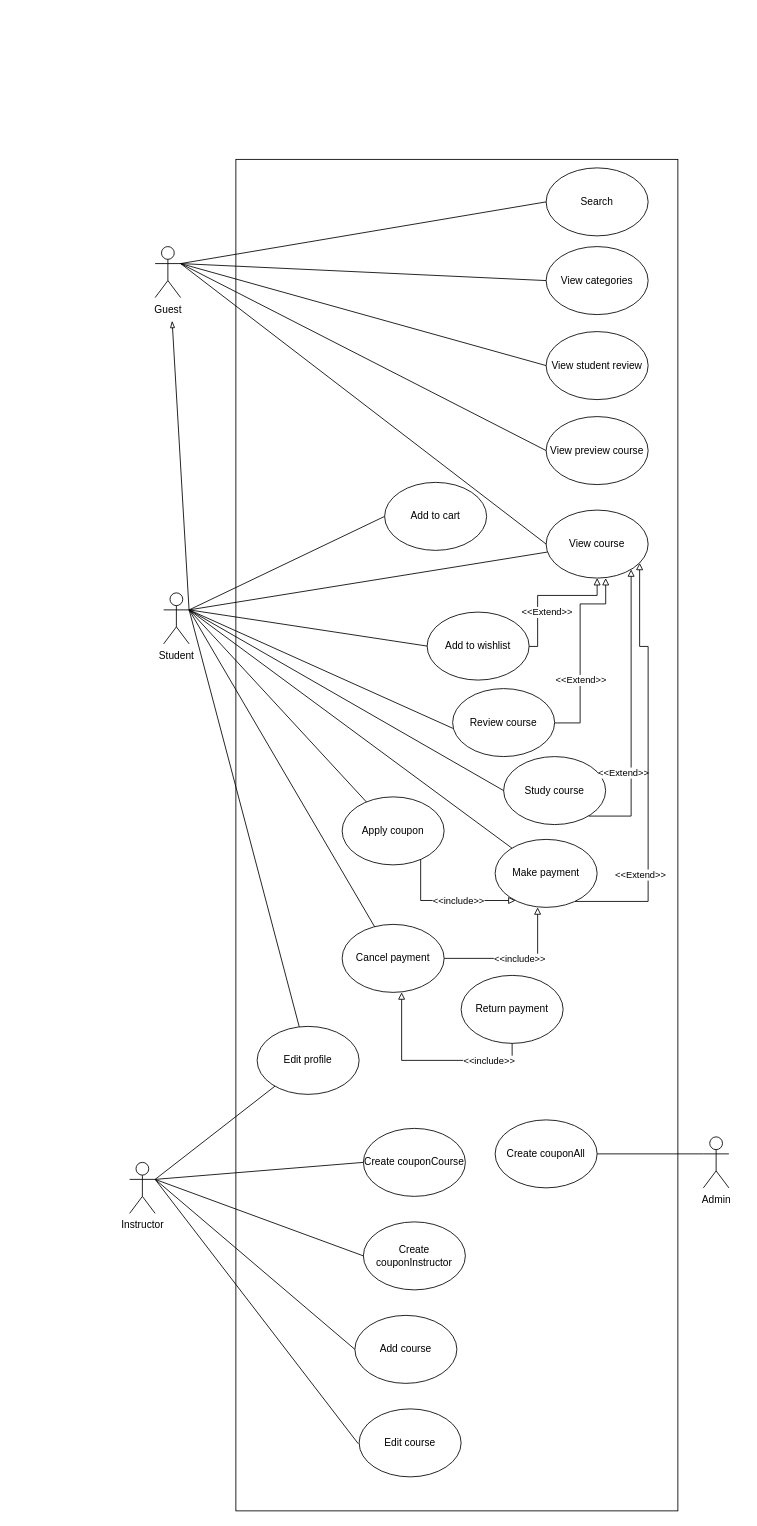
pratanporn13promax/OOP-Class-Sequence-UseCase-Diagram keeps this draw.io diagram as UseCaseDiagram.drawio. Above is the earlier version. Source tidied: cells renumbered, new cells numbered last; positions are measured from the earlier drawing's top-left corner, leaving out a move shared by most shapes. Both pictures are drawn from the tidied source at 85%, with x=0, y=0 at pixel (129, 159).
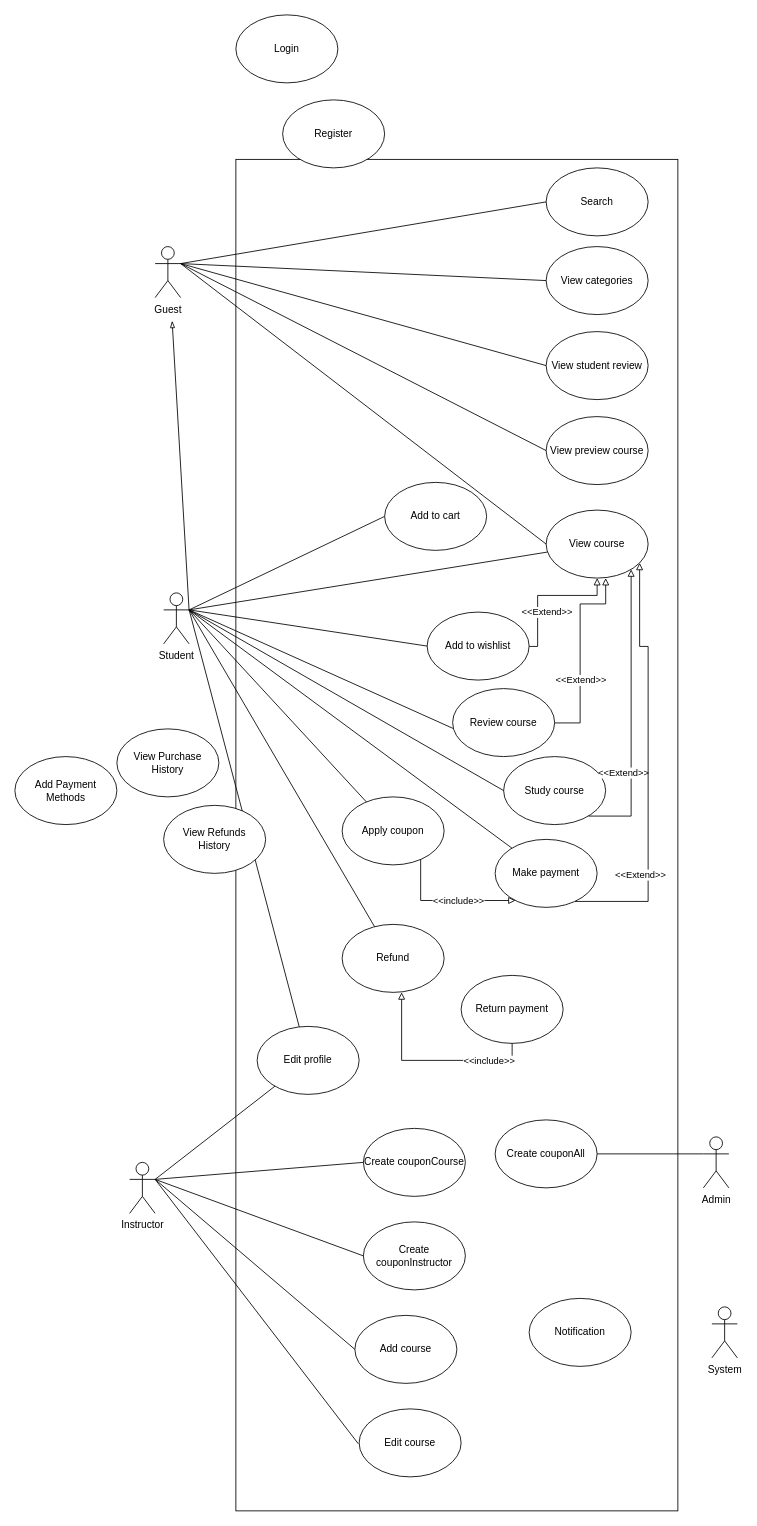
After the change.

The edit, as a diff of the source:
```diff
@@
+    <mxCell id="60" style="rounded=0;whiteSpace=wrap;html=1;fillColor=none;" parent="1" vertex="1">
+      <mxGeometry x="125" width="520" height="1590" as="geometry" />
+    </mxCell>
@@
-    <mxCell id="19" style="edgeStyle=orthogonalEdgeStyle;rounded=0;jettySize=auto;html=1;entryX=1;entryY=0.5;entryDx=0;entryDy=0;startArrow=block;startFill=0;endArrow=none;endFill=0;" parent="1" edge="1" target="23">
-      <mxGeometry relative="1" as="geometry">
-        <mxPoint x="480" y="880" as="sourcePoint" />
-        <Array as="points">
-          <mxPoint x="480" y="940" />
-        </Array>
-      </mxGeometry>
-    </mxCell>
-    <mxCell id="20" value="&amp;lt;&amp;lt;include&amp;gt;&amp;gt;" style="edgeLabel;html=1;align=center;verticalAlign=middle;" parent="19" vertex="1">
-      <mxGeometry x="0.32" relative="1" as="geometry">
-        <mxPoint x="30" as="offset" />
-      </mxGeometry>
-    </mxCell>
@@
-    <mxCell id="23" value="Cancel payment" style="ellipse;whiteSpace=wrap;html=1;" parent="1" vertex="1">
+    <mxCell id="23" value="Refund" style="ellipse;whiteSpace=wrap;html=1;" parent="1" vertex="1">
       <mxGeometry x="250" y="900" width="120" height="80" as="geometry" />
     </mxCell>
@@
-    <mxCell id="60" style="rounded=0;whiteSpace=wrap;html=1;fillColor=none;" parent="1" vertex="1">
-      <mxGeometry x="125" width="520" height="1590" as="geometry" />
-    </mxCell>
+    <mxCell id="61" value="Login" style="ellipse;whiteSpace=wrap;html=1;" parent="1" vertex="1">
+      <mxGeometry x="125" y="-170" width="120" height="80" as="geometry" />
+    </mxCell>
+    <mxCell id="62" value="Register" style="ellipse;whiteSpace=wrap;html=1;" parent="1" vertex="1">
+      <mxGeometry x="180" y="-70" width="120" height="80" as="geometry" />
+    </mxCell>
+    <mxCell id="63" value="System" style="shape=umlActor;verticalLabelPosition=bottom;verticalAlign=top;html=1;" parent="1" vertex="1">
+      <mxGeometry x="685" y="1350" width="30" height="60" as="geometry" />
+    </mxCell>
+    <mxCell id="64" value="Notification" style="ellipse;whiteSpace=wrap;html=1;" parent="1" vertex="1">
+      <mxGeometry x="470" y="1340" width="120" height="80" as="geometry" />
+    </mxCell>
+    <mxCell id="65" value="Add Payment Methods" style="ellipse;whiteSpace=wrap;html=1;" parent="1" vertex="1">
+      <mxGeometry x="-135" y="702.6" width="120" height="80" as="geometry" />
+    </mxCell>
+    <mxCell id="66" value="View Purchase History" style="ellipse;whiteSpace=wrap;html=1;" parent="1" vertex="1">
+      <mxGeometry x="-15" y="670" width="120" height="80" as="geometry" />
+    </mxCell>
+    <mxCell id="67" value="View Refunds &lt;br&gt;History" style="ellipse;whiteSpace=wrap;html=1;" parent="1" vertex="1">
+      <mxGeometry x="40" y="760" width="120" height="80" as="geometry" />
+    </mxCell>
```
